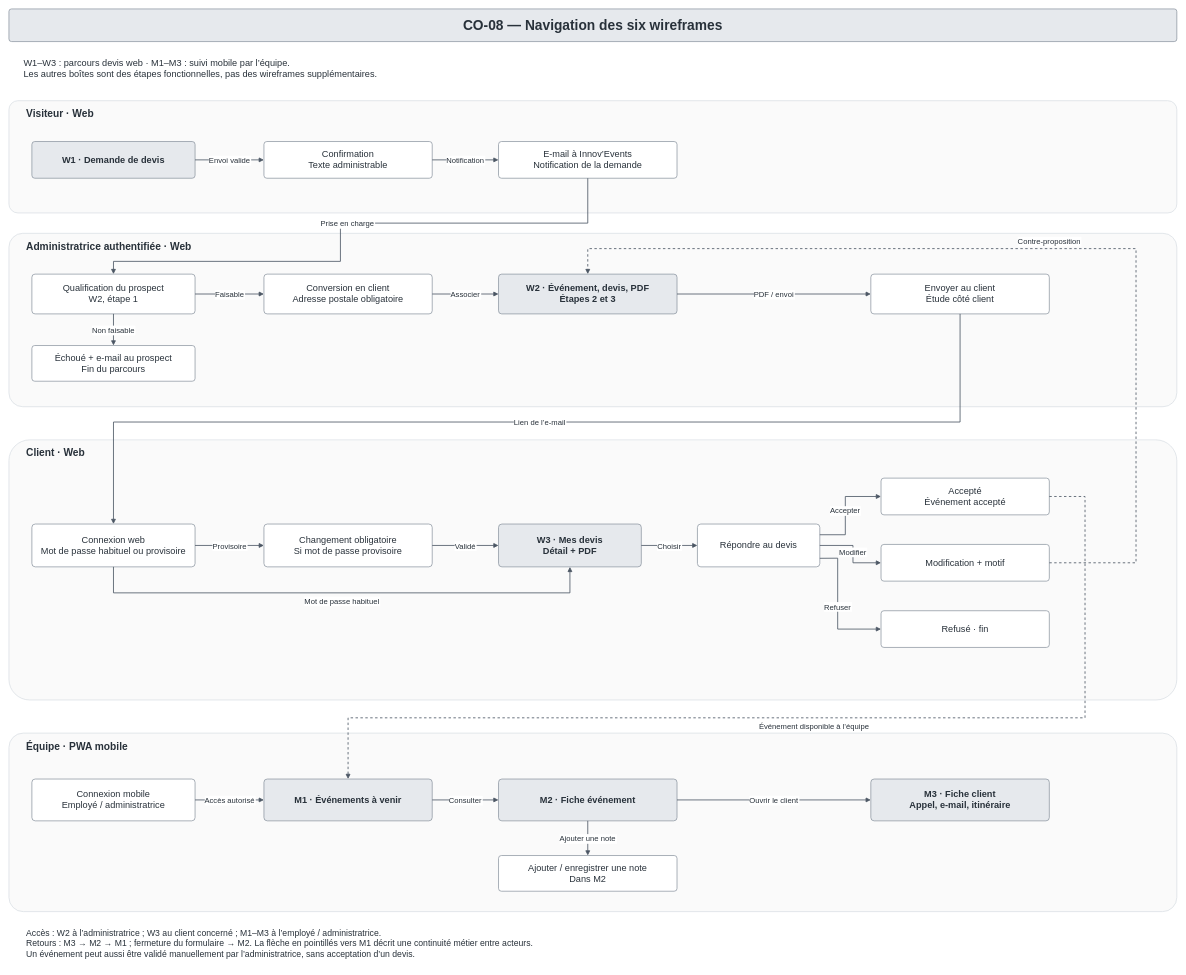
Before: docs/conception/CO-08-enchainement.drawio.xml in Onizuka-05/innov-events-manager, a draw.io diagram. Source tidied: cells renumbered, new cells numbered last; positions are measured from the earlier drawing's top-left corner, leaving out a move shared by most shapes. Both pictures are drawn from the tidied source at 51%, with x=0, y=0 at pixel (9, 9).
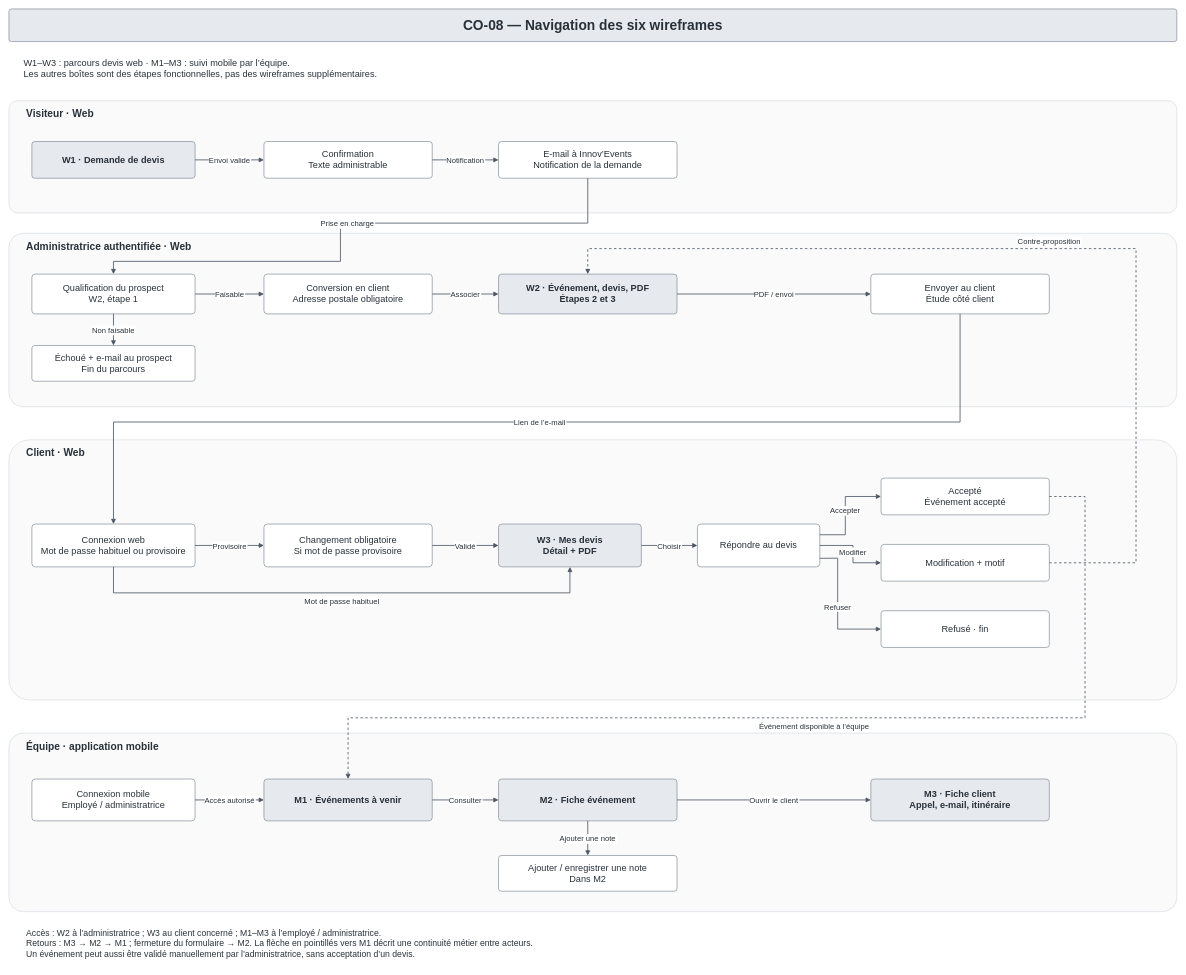
The same diagram, later.

What changed in the source:
```diff
@@
-    <mxCell id="11" value="Équipe · PWA mobile" style="rounded=1;arcSize=8;whiteSpace=wrap;html=0;fillColor=none;strokeColor=none;fontColor=#28313A;fontSize=20;fontFamily=Arial;align=left;verticalAlign=middle;spacingLeft=12;spacingRight=12;strokeWidth=1.4;fontStyle=1;" parent="1" vertex="1">
+    <mxCell id="11" value="Équipe · application mobile" style="rounded=1;arcSize=8;whiteSpace=wrap;html=0;fillColor=none;strokeColor=none;fontColor=#28313A;fontSize=20;fontFamily=Arial;align=left;verticalAlign=middle;spacingLeft=12;spacingRight=12;strokeWidth=1.4;fontStyle=1;" parent="1" vertex="1">
       <mxGeometry x="20" y="1428" width="2220" height="34" as="geometry" />
     </mxCell>
```
